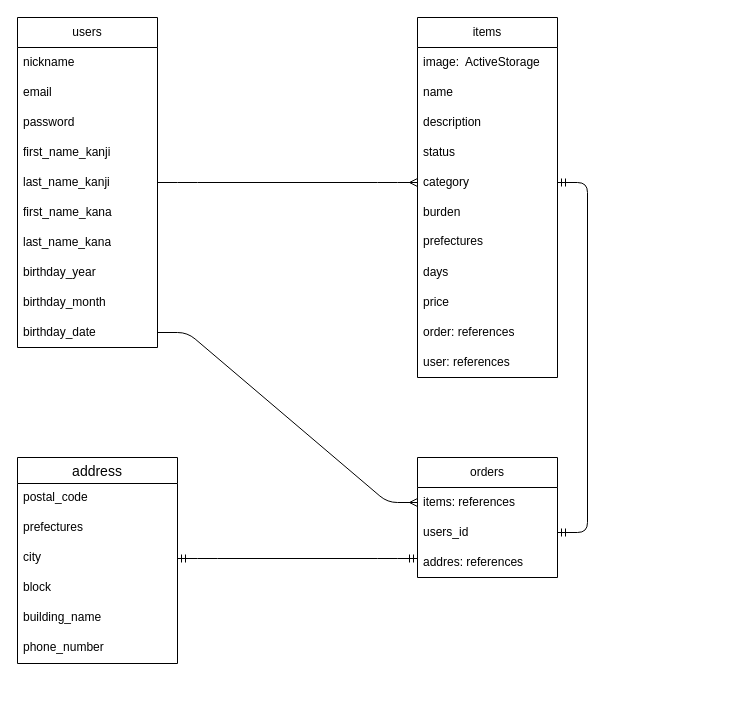
The draw.io diagram page "er" (3 of 3) of work-space.dio in kazumakabashima/furima-39454, before the edit. Source tidied: cells renumbered, new cells numbered last; positions are measured from the earlier drawing's top-left corner, leaving out a move shared by most shapes. Both pictures are drawn from the tidied source at 100%, with x=0, y=0 at pixel (17, 17).
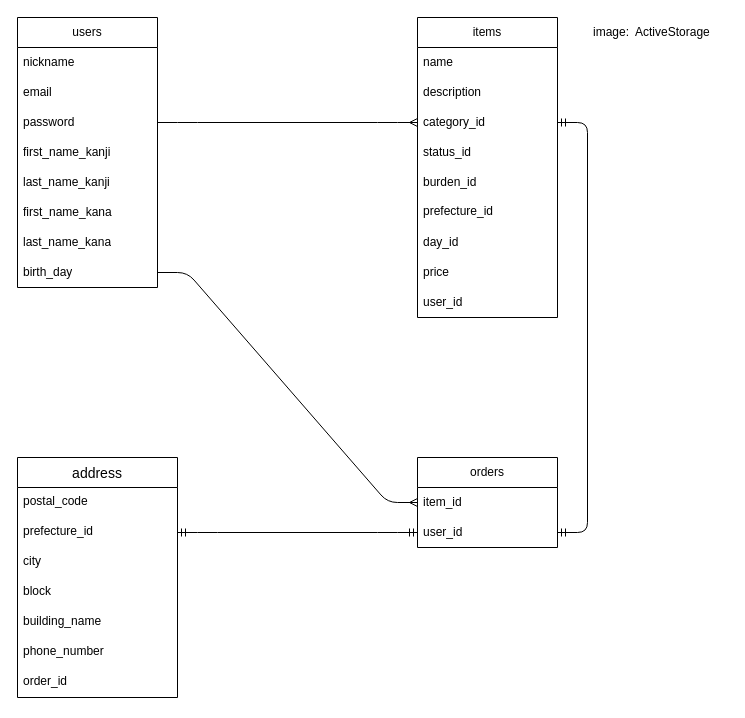
Above is the later version.

The change refers to these unchanged cells:
```xml
<mxCell id="5" value="password" style="text;strokeColor=none;fillColor=none;align=left;verticalAlign=middle;spacingLeft=4;spacingRight=4;overflow=hidden;points=[[0,0.5],[1,0.5]];portConstraint=eastwest;whiteSpace=wrap;html=1;" parent="2" vertex="1">
  <mxGeometry y="90" width="140" height="30" as="geometry" />
</mxCell>
<mxCell id="7" value="last_name_kanji" style="text;strokeColor=none;fillColor=none;align=left;verticalAlign=middle;spacingLeft=4;spacingRight=4;overflow=hidden;points=[[0,0.5],[1,0.5]];portConstraint=eastwest;whiteSpace=wrap;html=1;" parent="2" vertex="1">
  <mxGeometry y="150" width="140" height="30" as="geometry" />
</mxCell>
```

Diff of the diagram source:
```diff
@@
     <mxCell id="2" value="users" style="swimlane;fontStyle=0;horizontal=1;startSize=30;whiteSpace=wrap;html=1;" parent="1" vertex="1">
-      <mxGeometry width="140" height="330" as="geometry" />
+      <mxGeometry width="140" height="270" as="geometry" />
     </mxCell>
@@
-    <mxCell id="10" value="birthday_year" style="text;strokeColor=none;fillColor=none;align=left;verticalAlign=middle;spacingLeft=4;spacingRight=4;overflow=hidden;points=[[0,0.5],[1,0.5]];portConstraint=eastwest;whiteSpace=wrap;html=1;" parent="2" vertex="1">
+    <mxCell id="10" value="birth_day" style="text;strokeColor=none;fillColor=none;align=left;verticalAlign=middle;spacingLeft=4;spacingRight=4;overflow=hidden;points=[[0,0.5],[1,0.5]];portConstraint=eastwest;whiteSpace=wrap;html=1;" parent="2" vertex="1">
       <mxGeometry y="240" width="140" height="30" as="geometry" />
     </mxCell>
-    <mxCell id="11" value="birthday_month" style="text;strokeColor=none;fillColor=none;align=left;verticalAlign=middle;spacingLeft=4;spacingRight=4;overflow=hidden;whiteSpace=wrap;html=1;" parent="2" vertex="1">
-      <mxGeometry y="270" width="140" height="30" as="geometry" />
-    </mxCell>
-    <mxCell id="12" value="birthday_date" style="text;strokeColor=none;fillColor=none;align=left;verticalAlign=middle;spacingLeft=4;spacingRight=4;overflow=hidden;points=[[0,0.5],[1,0.5]];portConstraint=eastwest;whiteSpace=wrap;html=1;" parent="2" vertex="1">
-      <mxGeometry y="300" width="140" height="30" as="geometry" />
-    </mxCell>
     <mxCell id="13" value="items" style="swimlane;fontStyle=0;horizontal=1;startSize=30;whiteSpace=wrap;html=1;" parent="1" vertex="1">
-      <mxGeometry x="400" width="140" height="360" as="geometry" />
+      <mxGeometry x="400" width="140" height="300" as="geometry" />
     </mxCell>
-    <mxCell id="14" value="image:&amp;nbsp; ActiveStorage" style="text;strokeColor=none;fillColor=none;align=left;verticalAlign=middle;spacingLeft=4;spacingRight=4;overflow=hidden;whiteSpace=wrap;html=1;" parent="13" vertex="1">
-      <mxGeometry y="30" width="140" height="30" as="geometry" />
-    </mxCell>
     <mxCell id="15" value="name" style="text;strokeColor=none;fillColor=none;align=left;verticalAlign=middle;spacingLeft=4;spacingRight=4;overflow=hidden;whiteSpace=wrap;html=1;" parent="13" vertex="1">
-      <mxGeometry y="60" width="140" height="30" as="geometry" />
+      <mxGeometry y="30" width="140" height="30" as="geometry" />
     </mxCell>
     <mxCell id="16" value="description" style="text;strokeColor=none;fillColor=none;align=left;verticalAlign=middle;spacingLeft=4;spacingRight=4;overflow=hidden;whiteSpace=wrap;html=1;" parent="13" vertex="1">
-      <mxGeometry y="90" width="140" height="30" as="geometry" />
+      <mxGeometry y="60" width="140" height="30" as="geometry" />
     </mxCell>
+    <mxCell id="18" value="category_id" style="text;strokeColor=none;fillColor=none;align=left;verticalAlign=middle;spacingLeft=4;spacingRight=4;overflow=hidden;points=[[0,0.5],[1,0.5]];portConstraint=eastwest;whiteSpace=wrap;html=1;" parent="13" vertex="1">
+      <mxGeometry y="90" width="140" height="30" as="geometry" />
+    </mxCell>
-    <mxCell id="17" value="status" style="text;strokeColor=none;fillColor=none;align=left;verticalAlign=middle;spacingLeft=4;spacingRight=4;overflow=hidden;whiteSpace=wrap;html=1;" parent="13" vertex="1">
+    <mxCell id="17" value="status_id" style="text;strokeColor=none;fillColor=none;align=left;verticalAlign=middle;spacingLeft=4;spacingRight=4;overflow=hidden;whiteSpace=wrap;html=1;" parent="13" vertex="1">
       <mxGeometry y="120" width="140" height="30" as="geometry" />
     </mxCell>
-    <mxCell id="18" value="category" style="text;strokeColor=none;fillColor=none;align=left;verticalAlign=middle;spacingLeft=4;spacingRight=4;overflow=hidden;points=[[0,0.5],[1,0.5]];portConstraint=eastwest;whiteSpace=wrap;html=1;" parent="13" vertex="1">
-      <mxGeometry y="150" width="140" height="30" as="geometry" />
-    </mxCell>
-    <mxCell id="19" value="burden" style="text;strokeColor=none;fillColor=none;align=left;verticalAlign=middle;spacingLeft=4;spacingRight=4;overflow=hidden;whiteSpace=wrap;html=1;" parent="13" vertex="1">
-      <mxGeometry y="180" width="140" height="30" as="geometry" />
+    <mxCell id="19" value="burden_id" style="text;strokeColor=none;fillColor=none;align=left;verticalAlign=middle;spacingLeft=4;spacingRight=4;overflow=hidden;whiteSpace=wrap;html=1;" parent="13" vertex="1">
+      <mxGeometry y="150" width="140" height="30" as="geometry" />
     </mxCell>
-    <mxCell id="20" value="prefectures" style="text;strokeColor=none;fillColor=none;spacingLeft=4;spacingRight=4;overflow=hidden;fontSize=12;" parent="13" vertex="1">
-      <mxGeometry y="210" width="140" height="30" as="geometry" />
+    <mxCell id="20" value="prefecture_id" style="text;strokeColor=none;fillColor=none;spacingLeft=4;spacingRight=4;overflow=hidden;fontSize=12;" parent="13" vertex="1">
+      <mxGeometry y="180" width="140" height="30" as="geometry" />
     </mxCell>
-    <mxCell id="21" value="days" style="text;strokeColor=none;fillColor=none;align=left;verticalAlign=middle;spacingLeft=4;spacingRight=4;overflow=hidden;whiteSpace=wrap;html=1;" parent="13" vertex="1">
-      <mxGeometry y="240" width="140" height="30" as="geometry" />
+    <mxCell id="21" value="day_id" style="text;strokeColor=none;fillColor=none;align=left;verticalAlign=middle;spacingLeft=4;spacingRight=4;overflow=hidden;whiteSpace=wrap;html=1;" parent="13" vertex="1">
+      <mxGeometry y="210" width="140" height="30" as="geometry" />
     </mxCell>
     <mxCell id="22" value="price" style="text;strokeColor=none;fillColor=none;align=left;verticalAlign=middle;spacingLeft=4;spacingRight=4;overflow=hidden;whiteSpace=wrap;html=1;" parent="13" vertex="1">
-      <mxGeometry y="270" width="140" height="30" as="geometry" />
+      <mxGeometry y="240" width="140" height="30" as="geometry" />
     </mxCell>
-    <mxCell id="23" value="order: references" style="text;strokeColor=none;fillColor=none;align=left;verticalAlign=middle;spacingLeft=4;spacingRight=4;overflow=hidden;whiteSpace=wrap;html=1;" parent="13" vertex="1">
-      <mxGeometry y="300" width="140" height="30" as="geometry" />
-    </mxCell>
-    <mxCell id="24" value="user: references" style="text;strokeColor=none;fillColor=none;align=left;verticalAlign=middle;spacingLeft=4;spacingRight=4;overflow=hidden;whiteSpace=wrap;html=1;" parent="13" vertex="1">
-      <mxGeometry y="330" width="140" height="30" as="geometry" />
+    <mxCell id="24" value="user_id" style="text;strokeColor=none;fillColor=none;align=left;verticalAlign=middle;spacingLeft=4;spacingRight=4;overflow=hidden;whiteSpace=wrap;html=1;" parent="13" vertex="1">
+      <mxGeometry y="270" width="140" height="30" as="geometry" />
     </mxCell>
-    <mxCell id="25" style="edgeStyle=entityRelationEdgeStyle;fontSize=12;html=1;endArrow=ERmany;exitX=1;exitY=0.5;exitDx=0;exitDy=0;entryX=0;entryY=0.5;entryDx=0;entryDy=0;" parent="1" edge="1" source="7" target="18">
+    <mxCell id="25" style="edgeStyle=entityRelationEdgeStyle;fontSize=12;html=1;endArrow=ERmany;entryX=0;entryY=0.5;entryDx=0;entryDy=0;" parent="1" edge="1" source="5" target="18">
       <mxGeometry relative="1" as="geometry" />
     </mxCell>
     <mxCell id="26" value="orders" style="swimlane;fontStyle=0;horizontal=1;startSize=30;whiteSpace=wrap;html=1;" parent="1" vertex="1">
-      <mxGeometry x="400" y="440" width="140" height="120" as="geometry" />
+      <mxGeometry x="400" y="440" width="140" height="90" as="geometry" />
     </mxCell>
-    <mxCell id="27" value="items: references" style="text;strokeColor=none;fillColor=none;align=left;verticalAlign=middle;spacingLeft=4;spacingRight=4;overflow=hidden;points=[[0,0.5],[1,0.5]];portConstraint=eastwest;whiteSpace=wrap;html=1;" parent="26" vertex="1">
+    <mxCell id="27" value="item_id&amp;nbsp;" style="text;strokeColor=none;fillColor=none;align=left;verticalAlign=middle;spacingLeft=4;spacingRight=4;overflow=hidden;points=[[0,0.5],[1,0.5]];portConstraint=eastwest;whiteSpace=wrap;html=1;" parent="26" vertex="1">
       <mxGeometry y="30" width="140" height="30" as="geometry" />
     </mxCell>
-    <mxCell id="28" value="users_id" style="text;strokeColor=none;fillColor=none;align=left;verticalAlign=middle;spacingLeft=4;spacingRight=4;overflow=hidden;points=[[0,0.5],[1,0.5]];portConstraint=eastwest;whiteSpace=wrap;html=1;" parent="26" vertex="1">
+    <mxCell id="28" value="user_id" style="text;strokeColor=none;fillColor=none;align=left;verticalAlign=middle;spacingLeft=4;spacingRight=4;overflow=hidden;points=[[0,0.5],[1,0.5]];portConstraint=eastwest;whiteSpace=wrap;html=1;" parent="26" vertex="1">
       <mxGeometry y="60" width="140" height="30" as="geometry" />
     </mxCell>
-    <mxCell id="29" value="addres: references" style="text;strokeColor=none;fillColor=none;align=left;verticalAlign=middle;spacingLeft=4;spacingRight=4;overflow=hidden;whiteSpace=wrap;html=1;" parent="26" vertex="1">
-      <mxGeometry y="90" width="140" height="30" as="geometry" />
-    </mxCell>
@@
-    <mxCell id="31" style="edgeStyle=entityRelationEdgeStyle;fontSize=12;html=1;endArrow=ERmany;exitX=1;exitY=0.5;exitDx=0;exitDy=0;entryX=0;entryY=0.5;entryDx=0;entryDy=0;" parent="1" edge="1" source="12" target="27">
+    <mxCell id="31" style="edgeStyle=entityRelationEdgeStyle;fontSize=12;html=1;endArrow=ERmany;exitX=1;exitY=0.5;exitDx=0;exitDy=0;entryX=0;entryY=0.5;entryDx=0;entryDy=0;" parent="1" edge="1" source="10" target="27">
       <mxGeometry relative="1" as="geometry" />
     </mxCell>
-    <mxCell id="32" value="address" style="swimlane;fontStyle=0;horizontal=1;startSize=26;align=center;fontSize=14;" parent="1" vertex="1">
-      <mxGeometry y="440" width="160" height="206" as="geometry" />
+    <mxCell id="32" value="address" style="swimlane;fontStyle=0;horizontal=1;startSize=30;align=center;fontSize=14;" parent="1" vertex="1">
+      <mxGeometry y="440" width="160" height="240" as="geometry" />
     </mxCell>
     <mxCell id="33" value="postal_code" style="text;strokeColor=none;fillColor=none;spacingLeft=4;spacingRight=4;overflow=hidden;fontSize=12;" parent="32" vertex="1">
-      <mxGeometry y="26" width="160" height="30" as="geometry" />
+      <mxGeometry y="30" width="160" height="30" as="geometry" />
     </mxCell>
-    <mxCell id="34" value="prefectures" style="text;strokeColor=none;fillColor=none;spacingLeft=4;spacingRight=4;overflow=hidden;points=[[0,0.5],[1,0.5]];portConstraint=eastwest;fontSize=12;" parent="32" vertex="1">
-      <mxGeometry y="56" width="160" height="30" as="geometry" />
+    <mxCell id="34" value="prefecture_id" style="text;strokeColor=none;fillColor=none;spacingLeft=4;spacingRight=4;overflow=hidden;points=[[0,0.5],[1,0.5]];portConstraint=eastwest;fontSize=12;" parent="32" vertex="1">
+      <mxGeometry y="60" width="160" height="30" as="geometry" />
     </mxCell>
     <mxCell id="35" value="city" style="text;strokeColor=none;fillColor=none;spacingLeft=4;spacingRight=4;overflow=hidden;points=[[0,0.5],[1,0.5]];portConstraint=eastwest;fontSize=12;" parent="32" vertex="1">
-      <mxGeometry y="86" width="160" height="30" as="geometry" />
+      <mxGeometry y="90" width="160" height="30" as="geometry" />
     </mxCell>
     <mxCell id="36" value="block" style="text;strokeColor=none;fillColor=none;spacingLeft=4;spacingRight=4;overflow=hidden;fontSize=12;" parent="32" vertex="1">
-      <mxGeometry y="116" width="160" height="30" as="geometry" />
+      <mxGeometry y="120" width="160" height="30" as="geometry" />
     </mxCell>
     <mxCell id="37" value="building_name" style="text;strokeColor=none;fillColor=none;spacingLeft=4;spacingRight=4;overflow=hidden;fontSize=12;" parent="32" vertex="1">
-      <mxGeometry y="146" width="160" height="30" as="geometry" />
+      <mxGeometry y="150" width="160" height="30" as="geometry" />
     </mxCell>
+    <mxCell id="40" value="phone_number" style="text;strokeColor=none;fillColor=none;spacingLeft=4;spacingRight=4;overflow=hidden;fontSize=12;" parent="32" vertex="1">
+      <mxGeometry y="180" width="160" height="30" as="geometry" />
+    </mxCell>
-    <mxCell id="38" value="phone_number" style="text;strokeColor=none;fillColor=none;spacingLeft=4;spacingRight=4;overflow=hidden;fontSize=12;" parent="32" vertex="1">
-      <mxGeometry y="176" width="160" height="30" as="geometry" />
+    <mxCell id="38" value="order_id" style="text;strokeColor=none;fillColor=none;spacingLeft=4;spacingRight=4;overflow=hidden;fontSize=12;" parent="32" vertex="1">
+      <mxGeometry y="210" width="160" height="30" as="geometry" />
     </mxCell>
-    <mxCell id="39" style="edgeStyle=entityRelationEdgeStyle;fontSize=12;html=1;endArrow=ERmandOne;startArrow=ERmandOne;exitX=1;exitY=0.5;exitDx=0;exitDy=0;" parent="1" edge="1" source="35">
-      <mxGeometry relative="1" as="geometry">
-        <mxPoint x="400" y="541" as="targetPoint" />
-      </mxGeometry>
+    <mxCell id="39" style="edgeStyle=entityRelationEdgeStyle;fontSize=12;html=1;endArrow=ERmandOne;startArrow=ERmandOne;entryX=0;entryY=0.5;entryDx=0;entryDy=0;" parent="1" edge="1" source="34" target="28">
+      <mxGeometry relative="1" as="geometry" />
     </mxCell>
+    <mxCell id="14" value="image:&amp;nbsp; ActiveStorage" style="text;strokeColor=none;fillColor=none;align=left;verticalAlign=middle;spacingLeft=4;spacingRight=4;overflow=hidden;whiteSpace=wrap;html=1;" parent="1" vertex="1">
+      <mxGeometry x="570" width="140" height="30" as="geometry" />
+    </mxCell>
```
